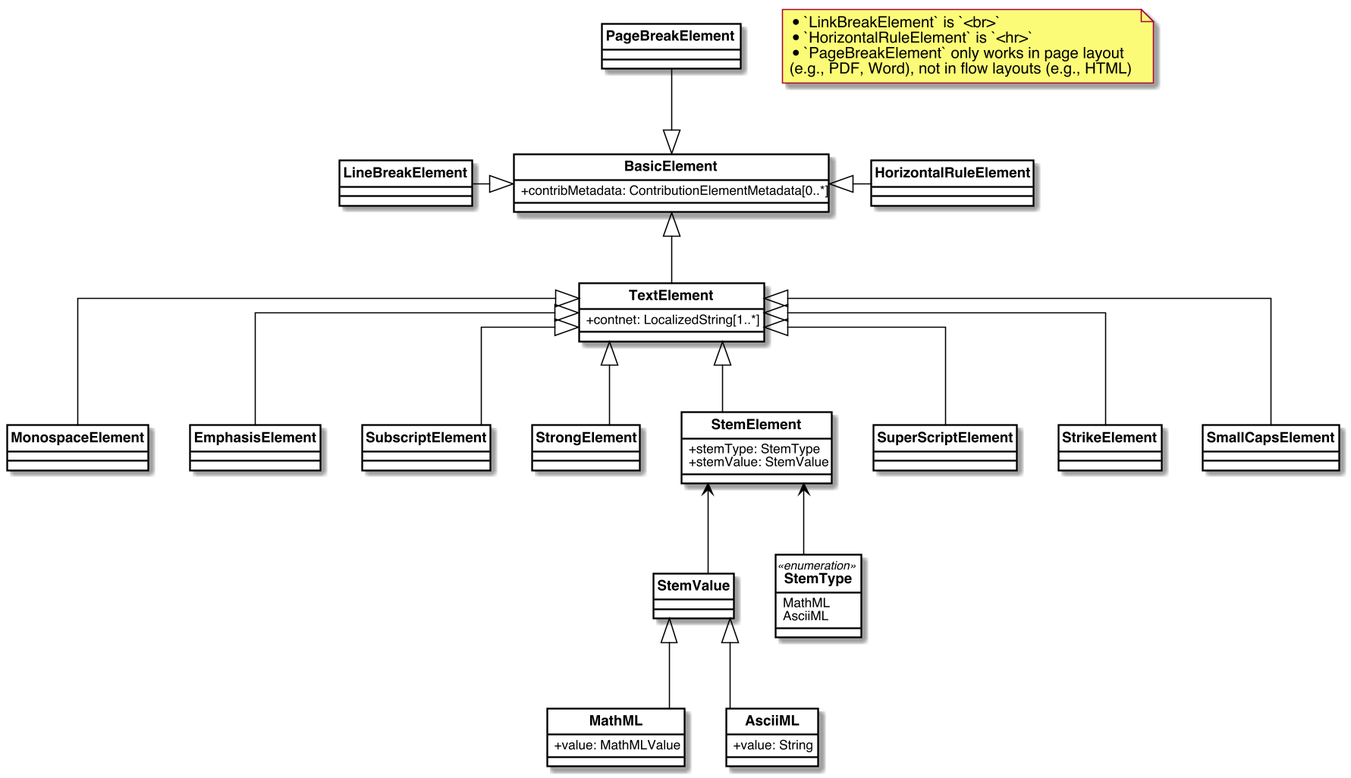
Above: images/TextElements.png in metanorma/basicdoc-models (PlantUML), before the change.
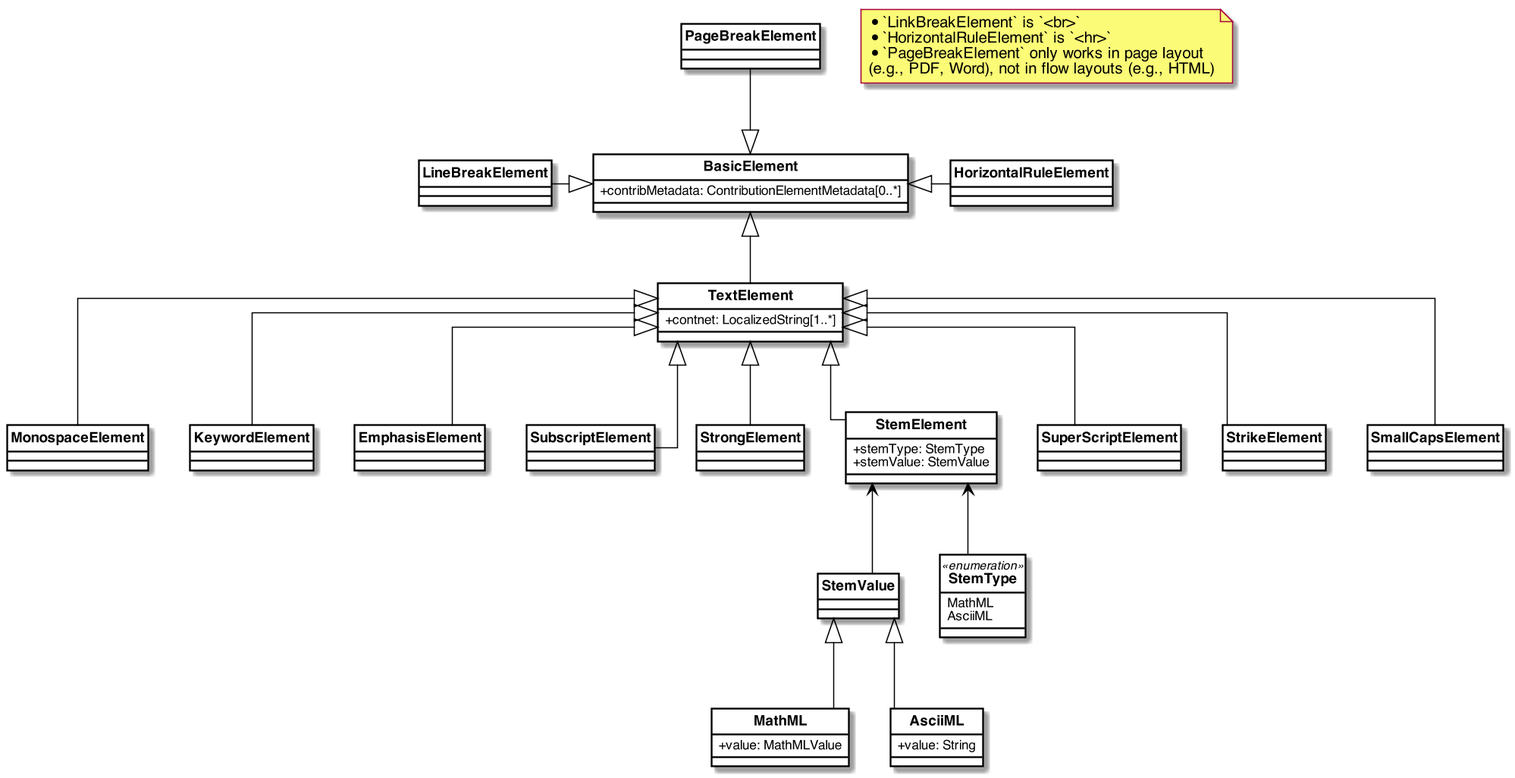
Later version of the same file.

Diff of the diagram source:
```diff
@@ -64,6 +64,10 @@
 
 }
 
+class KeywordElement{
+
+}
+
 class EmphasisElement{
 
 }
@@ -121,6 +125,7 @@
 BasicElement <|-right- HorizontalRuleElement
 BasicElement <|-down- TextElement
 
+TextElement <|-- KeywordElement
 TextElement <|-- MonospaceElement
 TextElement <|-- EmphasisElement
 TextElement <|-- SubscriptElement
```
